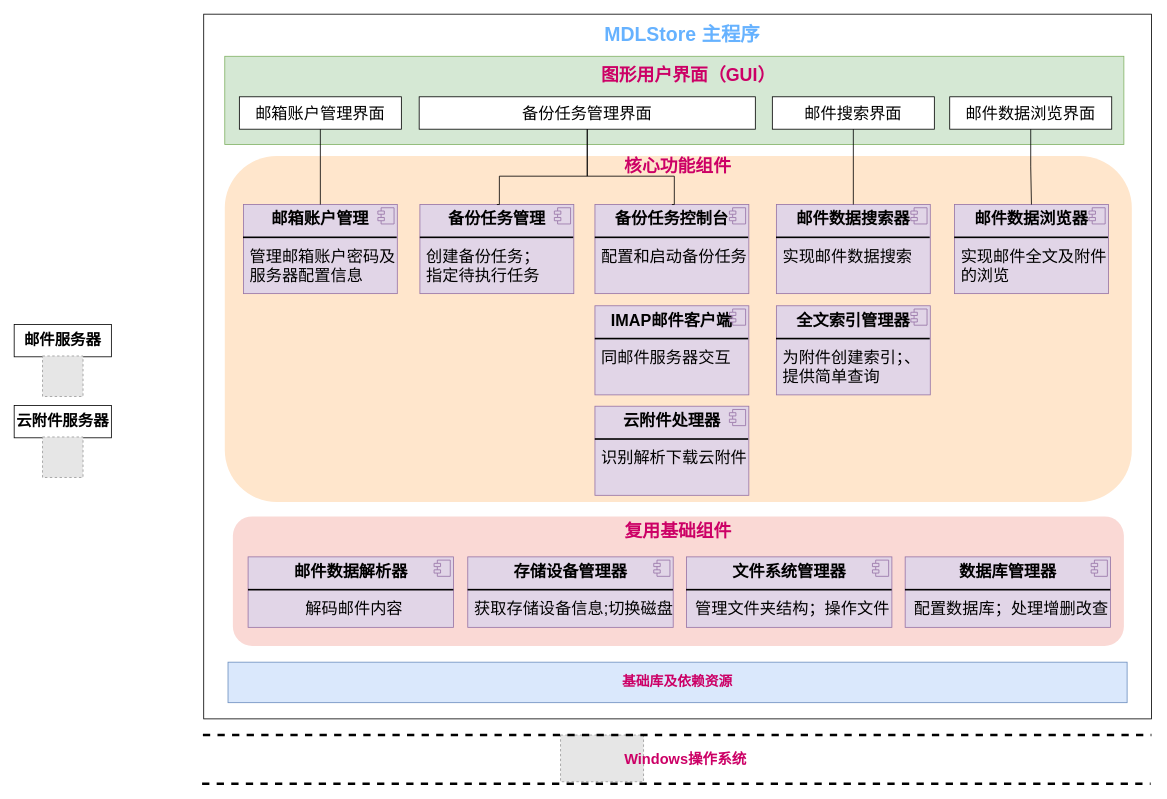
Before: page "第 18 页" (18 of 18) of 架构图1.drawio in GreenTee-color/Documents, a draw.io diagram. Source tidied: cells renumbered, new cells numbered last; positions are measured from the earlier drawing's top-left corner, leaving out a move shared by most shapes. Both pictures are drawn from the tidied source at 81%, with x=0, y=0 at pixel (14, 14). Pictures stored in the file or linked from it are replaced by grey dashed boxes.
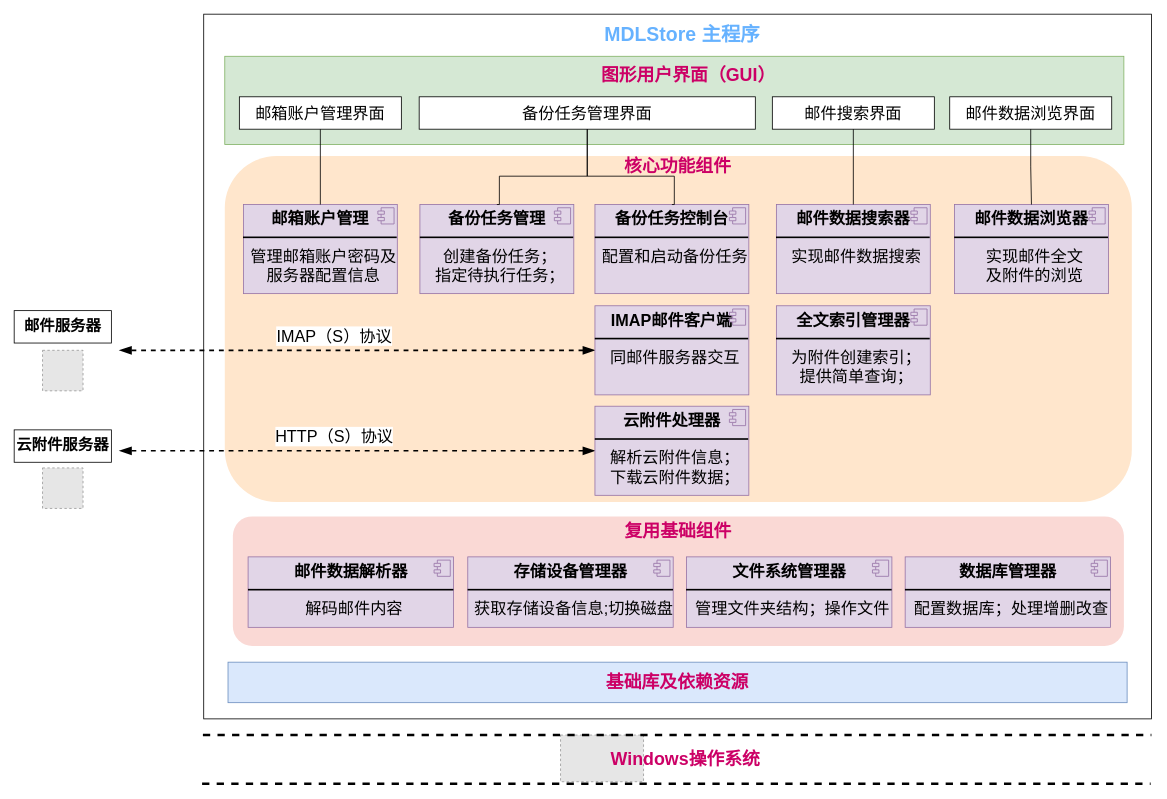
The same page after the edit.

Commit message (it also covers changes not shown here):
更新架构图1.drawio

The change refers to these unchanged cells:
```xml
<mxCell id="5" style="group;" parent="1" vertex="1">
  <mxGeometry x="280" y="235" width="1099.8" height="367.2" as="geometry" />
</mxCell>
<mxCell id="42" style="group;" parent="41" vertex="1">
  <mxGeometry x="1" width="1171" height="60" as="geometry" />
</mxCell>
```

Change to the diagram source:
```diff
@@
-    <mxCell id="3" value="基础库及依赖资源" style="rounded=0;whiteSpace=wrap;html=1;fontStyle=1;fillColor=#dae8fc;strokeColor=#6c8ebf;fontSize=17;fontColor=#CC0066;" parent="1" vertex="1">
+    <mxCell id="3" value="基础库及依赖资源" style="rounded=0;whiteSpace=wrap;html=1;fontStyle=1;fillColor=#dae8fc;strokeColor=#6c8ebf;fontSize=22;fontColor=#CC0066;" parent="1" vertex="1">
       <mxGeometry x="264" y="800" width="1110" height="50" as="geometry" />
     </mxCell>
@@
-    <mxCell id="7" value="&lt;p style=&quot;margin: 6px 0px 0px; text-align: center; font-size: 20px;&quot;&gt;&lt;b style=&quot;font-size: 20px;&quot;&gt;邮件数据浏览器&lt;/b&gt;&lt;/p&gt;&lt;hr style=&quot;border-style: solid; font-size: 20px;&quot;&gt;&lt;p style=&quot;margin: 0px 0px 0px 8px; font-size: 20px;&quot;&gt;实现邮件全文及附件的浏览&lt;/p&gt;" style="align=left;overflow=fill;html=1;whiteSpace=wrap;fillColor=#e1d5e7;strokeColor=#9673a6;fontSize=20;" parent="5" vertex="1">
+    <mxCell id="7" value="&lt;p style=&quot;margin: 6px 0px 0px; font-size: 20px;&quot;&gt;&lt;b style=&quot;font-size: 20px;&quot;&gt;邮件数据浏览器&lt;/b&gt;&lt;/p&gt;&lt;hr style=&quot;border-style: solid; font-size: 20px;&quot;&gt;&lt;p style=&quot;margin: 0px 0px 0px 8px; font-size: 20px;&quot;&gt;实现邮件全文&lt;/p&gt;&lt;p style=&quot;margin: 0px 0px 0px 8px; font-size: 20px;&quot;&gt;及附件的浏览&lt;/p&gt;" style="align=center;overflow=fill;html=1;whiteSpace=wrap;fillColor=#e1d5e7;strokeColor=#9673a6;fontSize=20;" parent="5" vertex="1">
       <mxGeometry x="880.9" width="190" height="110" as="geometry" />
     </mxCell>
@@
+    <mxCell id="59" style="edgeStyle=orthogonalEdgeStyle;rounded=0;jettySize=auto;html=1;startArrow=blockThin;startFill=1;endArrow=blockThin;endFill=1;endSize=10;startSize=10;dashed=1;strokeWidth=2;" parent="5" edge="1" source="9">
+      <mxGeometry relative="1" as="geometry">
+        <mxPoint x="-150" y="304" as="targetPoint" />
+      </mxGeometry>
+    </mxCell>
+    <mxCell id="60" value="HTTP（S）协议" style="edgeLabel;html=1;align=center;verticalAlign=middle;fontSize=20;" parent="59" vertex="1">
+      <mxGeometry x="0.1" y="-2" relative="1" as="geometry">
+        <mxPoint y="-17" as="offset" />
+      </mxGeometry>
+    </mxCell>
-    <mxCell id="9" value="&lt;p style=&quot;margin: 6px 0px 0px; text-align: center; font-size: 20px;&quot;&gt;&lt;b style=&quot;font-size: 20px;&quot;&gt;云附件处理器&lt;/b&gt;&lt;/p&gt;&lt;hr style=&quot;border-style: solid; font-size: 20px;&quot;&gt;&lt;p style=&quot;margin: 0px 0px 0px 8px; font-size: 20px;&quot;&gt;识别解析下载云附件&lt;/p&gt;" style="align=left;overflow=fill;html=1;whiteSpace=wrap;fillColor=#e1d5e7;strokeColor=#9673a6;fontSize=20;" parent="5" vertex="1">
+    <mxCell id="9" value="&lt;p style=&quot;margin: 6px 0px 0px; font-size: 20px;&quot;&gt;&lt;b style=&quot;font-size: 20px;&quot;&gt;云附件处理器&lt;/b&gt;&lt;/p&gt;&lt;hr style=&quot;border-style: solid; font-size: 20px;&quot;&gt;&lt;p style=&quot;margin: 0px 0px 0px 8px; font-size: 20px;&quot;&gt;解析云附件信息；&lt;/p&gt;&lt;p style=&quot;margin: 0px 0px 0px 8px; font-size: 20px;&quot;&gt;下载云附件数据；&lt;/p&gt;" style="align=center;overflow=fill;html=1;whiteSpace=wrap;fillColor=#e1d5e7;strokeColor=#9673a6;fontSize=20;" parent="5" vertex="1">
       <mxGeometry x="437" y="249" width="190" height="110" as="geometry" />
     </mxCell>
@@
+    <mxCell id="61" style="edgeStyle=orthogonalEdgeStyle;rounded=0;jettySize=auto;html=1;startArrow=blockThin;startFill=1;endArrow=blockThin;endFill=1;endSize=10;startSize=10;dashed=1;strokeWidth=2;" parent="5" edge="1" source="11">
+      <mxGeometry relative="1" as="geometry">
+        <mxPoint x="-150" y="180" as="targetPoint" />
+      </mxGeometry>
+    </mxCell>
+    <mxCell id="62" value="IMAP（S）协议" style="edgeLabel;html=1;align=center;verticalAlign=middle;fontSize=20;" parent="61" vertex="1">
+      <mxGeometry x="0.1" y="-2" relative="1" as="geometry">
+        <mxPoint y="-17" as="offset" />
+      </mxGeometry>
+    </mxCell>
-    <mxCell id="11" value="&lt;p style=&quot;margin: 6px 0px 0px; text-align: center; font-size: 20px;&quot;&gt;&lt;b style=&quot;font-size: 20px;&quot;&gt;IMAP邮件客户端&lt;/b&gt;&lt;/p&gt;&lt;hr style=&quot;border-style: solid; font-size: 20px;&quot;&gt;&lt;p style=&quot;margin: 0px 0px 0px 8px; font-size: 20px;&quot;&gt;同邮件服务器交互&lt;/p&gt;" style="align=left;overflow=fill;html=1;whiteSpace=wrap;fillColor=#e1d5e7;strokeColor=#9673a6;fontSize=20;" parent="5" vertex="1">
+    <mxCell id="11" value="&lt;p style=&quot;margin: 6px 0px 0px; font-size: 20px;&quot;&gt;&lt;b style=&quot;font-size: 20px;&quot;&gt;IMAP邮件客户端&lt;/b&gt;&lt;/p&gt;&lt;hr style=&quot;border-style: solid; font-size: 20px;&quot;&gt;&lt;p style=&quot;margin: 0px 0px 0px 8px; font-size: 20px;&quot;&gt;同邮件服务器交互&lt;/p&gt;" style="align=center;overflow=fill;html=1;whiteSpace=wrap;fillColor=#e1d5e7;strokeColor=#9673a6;fontSize=20;" parent="5" vertex="1">
       <mxGeometry x="437" y="125" width="190" height="110" as="geometry" />
     </mxCell>
@@
-    <mxCell id="13" value="&lt;p style=&quot;margin: 6px 0px 0px; text-align: center; font-size: 20px;&quot;&gt;&lt;b style=&quot;font-size: 20px;&quot;&gt;备份任务控制台&lt;/b&gt;&lt;/p&gt;&lt;hr style=&quot;border-style: solid; font-size: 20px;&quot;&gt;&lt;p style=&quot;margin: 0px 0px 0px 8px; font-size: 20px;&quot;&gt;配置和启动备份任务&lt;/p&gt;" style="align=left;overflow=fill;html=1;whiteSpace=wrap;fillColor=#e1d5e7;strokeColor=#9673a6;fontSize=20;" parent="5" vertex="1">
+    <mxCell id="13" value="&lt;p style=&quot;margin: 6px 0px 0px; font-size: 20px;&quot;&gt;&lt;b style=&quot;font-size: 20px;&quot;&gt;备份任务控制台&lt;/b&gt;&lt;/p&gt;&lt;hr style=&quot;border-style: solid; font-size: 20px;&quot;&gt;&lt;p style=&quot;margin: 0px 0px 0px 8px; font-size: 20px;&quot;&gt;配置和启动备份任务&lt;/p&gt;" style="align=center;overflow=fill;html=1;whiteSpace=wrap;fillColor=#e1d5e7;strokeColor=#9673a6;fontSize=20;" parent="5" vertex="1">
       <mxGeometry x="437" width="190" height="110" as="geometry" />
     </mxCell>
@@
-    <mxCell id="15" value="&lt;p style=&quot;margin: 6px 0px 0px; text-align: center; font-size: 20px;&quot;&gt;&lt;b style=&quot;font-size: 20px;&quot;&gt;全文索引管理器&lt;/b&gt;&lt;/p&gt;&lt;hr style=&quot;border-style: solid; font-size: 20px;&quot;&gt;&lt;p style=&quot;margin: 0px 0px 0px 8px; font-size: 20px;&quot;&gt;为附件创建索引；、提供简单查询&lt;/p&gt;" style="align=left;overflow=fill;html=1;whiteSpace=wrap;fillColor=#e1d5e7;strokeColor=#9673a6;fontSize=20;" parent="5" vertex="1">
+    <mxCell id="15" value="&lt;p style=&quot;margin: 6px 0px 0px; font-size: 20px;&quot;&gt;&lt;b style=&quot;font-size: 20px;&quot;&gt;全文索引管理器&lt;/b&gt;&lt;/p&gt;&lt;hr style=&quot;border-style: solid; font-size: 20px;&quot;&gt;&lt;p style=&quot;margin: 0px 0px 0px 8px; font-size: 20px;&quot;&gt;为附件创建索引；&lt;/p&gt;&lt;p style=&quot;margin: 0px 0px 0px 8px; font-size: 20px;&quot;&gt;提供简单查询；&lt;/p&gt;" style="align=center;overflow=fill;html=1;whiteSpace=wrap;fillColor=#e1d5e7;strokeColor=#9673a6;fontSize=20;" parent="5" vertex="1">
       <mxGeometry x="661" y="125" width="190" height="110" as="geometry" />
     </mxCell>
@@
-    <mxCell id="17" value="&lt;p style=&quot;margin: 6px 0px 0px; text-align: center; font-size: 20px;&quot;&gt;&lt;b style=&quot;font-size: 20px;&quot;&gt;邮件数据搜索器&lt;/b&gt;&lt;/p&gt;&lt;hr style=&quot;border-style: solid; font-size: 20px;&quot;&gt;&lt;p style=&quot;margin: 0px 0px 0px 8px; font-size: 20px;&quot;&gt;实现邮件数据搜索&lt;/p&gt;" style="align=left;overflow=fill;html=1;whiteSpace=wrap;fillColor=#e1d5e7;strokeColor=#9673a6;fontSize=20;" parent="5" vertex="1">
+    <mxCell id="17" value="&lt;p style=&quot;margin: 6px 0px 0px; font-size: 20px;&quot;&gt;&lt;b style=&quot;font-size: 20px;&quot;&gt;邮件数据搜索器&lt;/b&gt;&lt;/p&gt;&lt;hr style=&quot;border-style: solid; font-size: 20px;&quot;&gt;&lt;p style=&quot;margin: 0px 0px 0px 8px; font-size: 20px;&quot;&gt;实现邮件数据搜索&lt;/p&gt;" style="align=center;overflow=fill;html=1;whiteSpace=wrap;fillColor=#e1d5e7;strokeColor=#9673a6;fontSize=20;" parent="5" vertex="1">
       <mxGeometry x="661" width="190" height="110" as="geometry" />
     </mxCell>
@@
-    <mxCell id="19" value="&lt;p style=&quot;margin: 6px 0px 0px; text-align: center; font-size: 20px;&quot;&gt;&lt;b style=&quot;font-size: 20px;&quot;&gt;邮箱账户管理&lt;/b&gt;&lt;/p&gt;&lt;hr style=&quot;border-style: solid; font-size: 20px;&quot;&gt;&lt;p style=&quot;margin: 0px 0px 0px 8px; font-size: 20px;&quot;&gt;管理邮箱账户密码及服务器配置信息&lt;/p&gt;" style="align=left;overflow=fill;html=1;whiteSpace=wrap;fillColor=#e1d5e7;strokeColor=#9673a6;fontSize=20;" parent="5" vertex="1">
+    <mxCell id="19" value="&lt;p style=&quot;margin: 6px 0px 0px; font-size: 20px;&quot;&gt;&lt;b style=&quot;font-size: 20px;&quot;&gt;邮箱账户管理&lt;/b&gt;&lt;/p&gt;&lt;hr style=&quot;border-style: solid; font-size: 20px;&quot;&gt;&lt;p style=&quot;margin: 0px 0px 0px 8px; font-size: 20px;&quot;&gt;管理邮箱账户密码及服务器配置信息&lt;/p&gt;" style="align=center;overflow=fill;html=1;whiteSpace=wrap;fillColor=#e1d5e7;strokeColor=#9673a6;fontSize=20;" parent="5" vertex="1">
       <mxGeometry x="3" width="190" height="110" as="geometry" />
     </mxCell>
@@
-    <mxCell id="21" value="&lt;p style=&quot;margin: 6px 0px 0px; text-align: center; font-size: 20px;&quot;&gt;&lt;b style=&quot;font-size: 20px;&quot;&gt;备份任务管理&lt;/b&gt;&lt;/p&gt;&lt;hr style=&quot;border-style: solid; font-size: 20px;&quot;&gt;&lt;p style=&quot;margin: 0px 0px 0px 8px; font-size: 20px;&quot;&gt;创建备份任务；&lt;/p&gt;&lt;p style=&quot;margin: 0px 0px 0px 8px; font-size: 20px;&quot;&gt;指定待执行任务&lt;/p&gt;" style="align=left;overflow=fill;html=1;whiteSpace=wrap;fillColor=#e1d5e7;strokeColor=#9673a6;fontSize=20;" parent="5" vertex="1">
+    <mxCell id="21" value="&lt;p style=&quot;margin: 6px 0px 0px; font-size: 20px;&quot;&gt;&lt;b style=&quot;font-size: 20px;&quot;&gt;备份任务管理&lt;/b&gt;&lt;/p&gt;&lt;hr style=&quot;border-style: solid; font-size: 20px;&quot;&gt;&lt;p style=&quot;margin: 0px 0px 0px 8px; font-size: 20px;&quot;&gt;创建备份任务；&lt;/p&gt;&lt;p style=&quot;margin: 0px 0px 0px 8px; font-size: 20px;&quot;&gt;指定待执行任务；&lt;/p&gt;" style="align=center;overflow=fill;html=1;whiteSpace=wrap;fillColor=#e1d5e7;strokeColor=#9673a6;fontSize=20;" parent="5" vertex="1">
       <mxGeometry x="220.9" width="190" height="110" as="geometry" />
     </mxCell>
@@
     <mxCell id="35" style="group;fontSize=19;fontStyle=1;" parent="1" vertex="1">
-      <mxGeometry y="472" width="120" height="100" as="geometry" />
+      <mxGeometry y="502.2" width="120" height="100" as="geometry" />
     </mxCell>
@@
     <mxCell id="37" style="fillColor=#E6E6E6;strokeColor=#999999;dashed=1;verticalLabelPosition=bottom;labelBackgroundColor=default;verticalAlign=top;fontSize=19;fontStyle=1;" parent="35" vertex="1">
-      <mxGeometry x="35" y="50" width="50" height="50" as="geometry" />
+      <mxGeometry x="35" y="58" width="50" height="50" as="geometry" />
     </mxCell>
     <mxCell id="38" style="group;fontSize=19;fontStyle=1;" parent="1" vertex="1">
-      <mxGeometry y="372" width="120" height="100" as="geometry" />
+      <mxGeometry y="355" width="120" height="100" as="geometry" />
     </mxCell>
@@
     <mxCell id="40" style="fillColor=#E6E6E6;strokeColor=#999999;dashed=1;verticalLabelPosition=bottom;labelBackgroundColor=default;verticalAlign=top;fontSize=19;fontStyle=1;" parent="38" vertex="1">
-      <mxGeometry x="35" y="50" width="50" height="50" as="geometry" />
+      <mxGeometry x="35" y="60" width="50" height="50" as="geometry" />
     </mxCell>
@@
-    <mxCell id="45" value="&lt;font style=&quot;font-size: 18px;&quot;&gt;Windows操作系统&lt;/font&gt;" style="text;html=1;align=center;verticalAlign=middle;whiteSpace=wrap;rounded=0;fontSize=17;fontStyle=1;fontColor=#CC0066;" parent="42" vertex="1">
+    <mxCell id="45" value="&lt;font style=&quot;font-size: 22px;&quot;&gt;Windows操作系统&lt;/font&gt;" style="text;html=1;align=center;verticalAlign=middle;whiteSpace=wrap;rounded=0;fontSize=22;fontStyle=1;fontColor=#CC0066;" parent="42" vertex="1">
       <mxGeometry x="466.3" y="23.9" width="260.4" height="12.2" as="geometry" />
     </mxCell>
```
